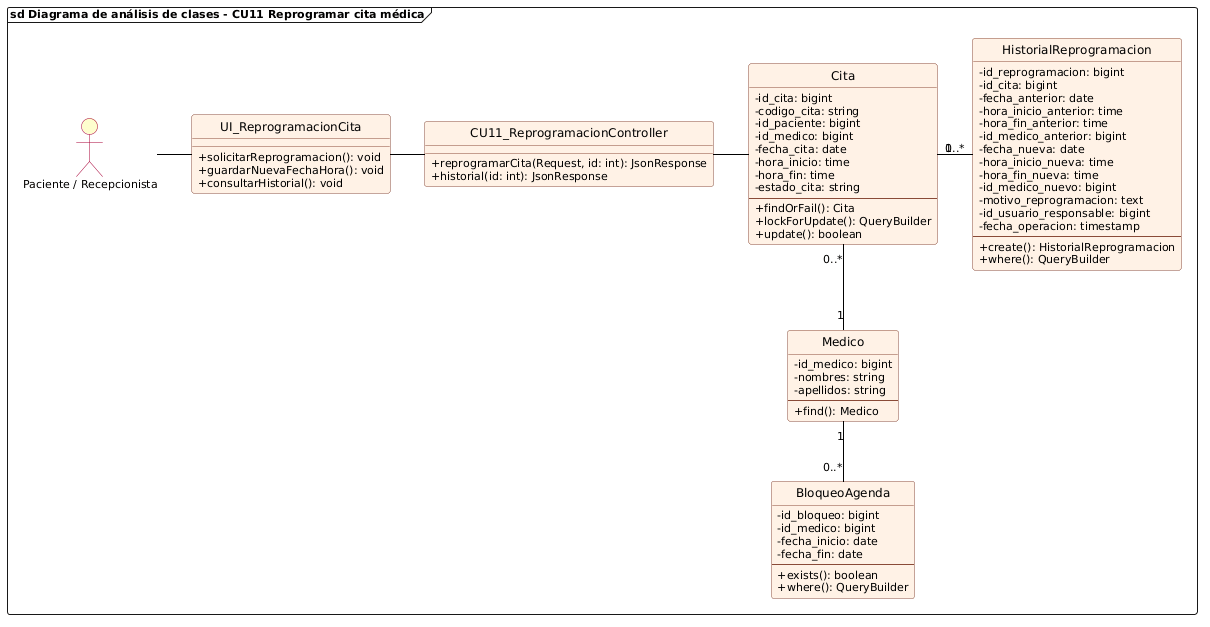
The PlantUML diagram diagramas/cu11_analisis_reprogramar_cita.png in DiogoMars777/CITAS_MEDICAS, before a commit.
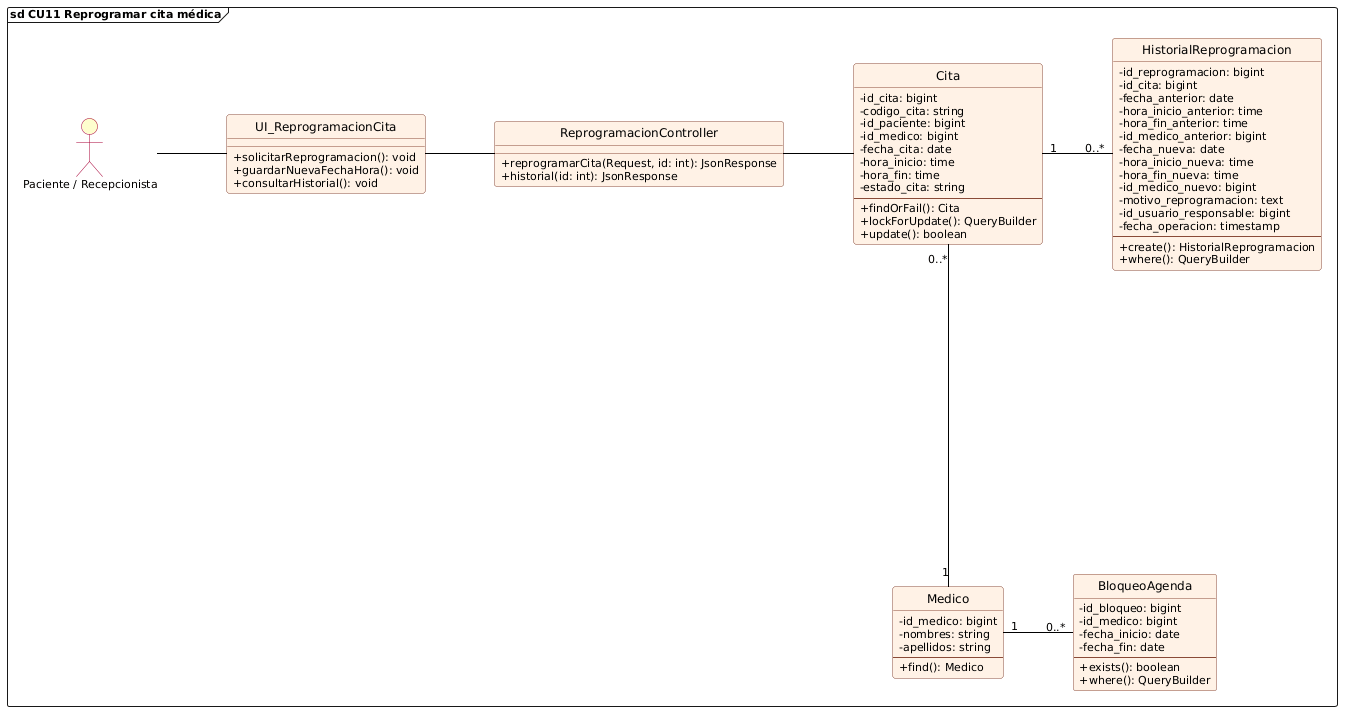
After the commit.

The edit, as a diff of the source:
```diff
@@ -1,6 +1,9 @@
 @startuml cu11_analisis_reprogramar_cita
 allowmixing
 
+skinparam linetype ortho
+skinparam nodesep 70
+skinparam ranksep 60
 skinparam backgroundColor white
 skinparam defaultFontName "Segoe UI"
 skinparam defaultFontSize 11
@@ -21,7 +24,7 @@
     BorderColor #A80036
 }
 
-frame "sd Diagrama de análisis de clases - CU11 Reprogramar cita médica" {
+frame "sd CU11 Reprogramar cita médica" {
     actor "Paciente / Recepcionista" as ActorReprog
 
     class UI_ReprogramacionCita {
@@ -30,7 +33,7 @@
         + consultarHistorial(): void
     }
 
-    class CU11_ReprogramacionController {
+    class ReprogramacionController {
         + reprogramarCita(Request, id: int): JsonResponse
         + historial(id: int): JsonResponse
     }
@@ -88,11 +91,11 @@
     }
 
     ActorReprog -right- UI_ReprogramacionCita
-    UI_ReprogramacionCita -right- CU11_ReprogramacionController
-    CU11_ReprogramacionController -right- Cita
+    UI_ReprogramacionCita -right- ReprogramacionController
+    ReprogramacionController -right- Cita
 
-    Cita "1" -right- "0..*" HistorialReprogramacion
-    Cita "0..*" -down- "1" Medico
-    Medico "1" -down- "0..*" BloqueoAgenda
+    Cita "1" ---right--- "0..*" HistorialReprogramacion
+    Cita "0..*" ---down--- "1" Medico
+    Medico "1" ---right--- "0..*" BloqueoAgenda
 }
 @enduml
```
